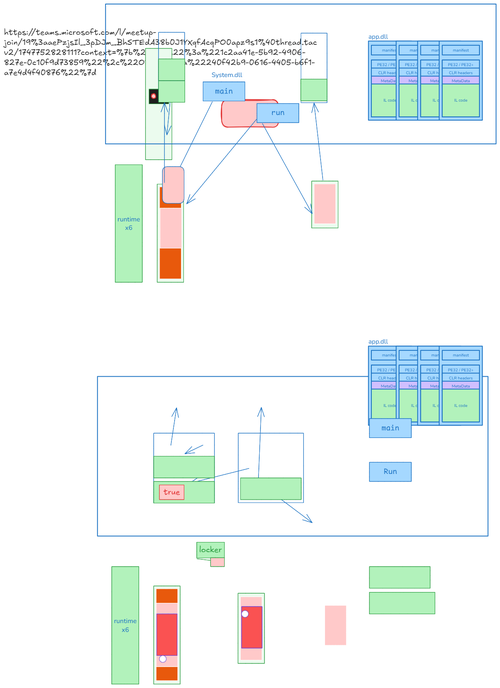
This is img/thread.excalidraw.png from silvercodes/p32_p34_sp, a Excalidraw export, as it was before one commit. Source tidied: one line per element, renumbered; positions are measured from the earlier drawing's top-left corner, leaving out a move shared by most shapes.
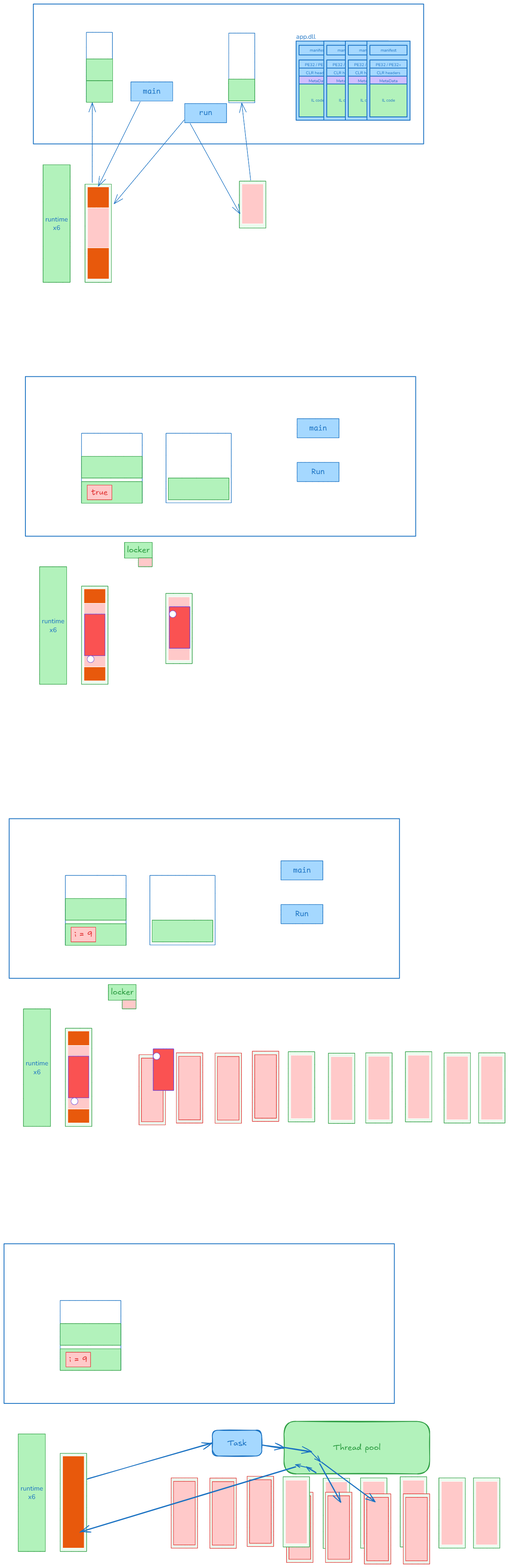
The same diagram one commit later.

Commit message:
add: thread, Task

Diff of the diagram source:
```diff
@@ -60,8 +60,8 @@
 {"id": 59, "type": "rectangle", "strokeColor": "#2f9e44", "backgroundColor": "#ebfbee", "fillStyle": "solid", "strokeWidth": 1, "roughness": 0, "x": 531, "y": 439, "width": 66, "height": 116}
 {"id": 60, "type": "rectangle", "strokeColor": "#ffffff", "backgroundColor": "#ffc9c9", "fillStyle": "solid", "strokeWidth": 1, "roughness": 0, "x": 537, "y": 446, "width": 54, "height": 99}
 {"id": 61, "type": "arrow", "strokeColor": "#1971c2", "backgroundColor": "#e8590c", "fillStyle": "solid", "strokeWidth": 1, "roughness": 0, "endArrowhead": "arrow", "from": 57, "to": 60, "x": 409, "y": 296, "width": 123, "height": 224, "points": [[0, 0], [123, 224]]}
-{"id": 62, "type": "rectangle", "strokeColor": "#ffffff", "backgroundColor": "#ffc9c9", "fillStyle": "solid", "strokeWidth": 1, "roughness": 0, "x": 155, "y": 506, "width": 54, "height": 99}
+{"id": 62, "type": "rectangle", "strokeColor": "#ffffff", "backgroundColor": "#ffc9c9", "fillStyle": "solid", "strokeWidth": 1, "roughness": 0, "x": 154, "y": 505, "width": 54, "height": 99}
-{"id": 63, "type": "arrow", "strokeColor": "#1971c2", "backgroundColor": "#a5d8ff", "fillStyle": "solid", "strokeWidth": 1, "roughness": 0, "endArrowhead": "arrow", "from": 57, "to": 62, "x": 394, "y": 286, "width": 173, "height": 210, "points": [[0, 0], [-173, 210]]}
+{"id": 63, "type": "arrow", "strokeColor": "#1971c2", "backgroundColor": "#a5d8ff", "fillStyle": "solid", "strokeWidth": 1, "roughness": 0, "endArrowhead": "arrow", "from": 57, "to": 62, "x": 394, "y": 287, "width": 174, "height": 208, "points": [[0, 0], [-174, 208]]}
 {"id": 64, "type": "rectangle", "strokeColor": "#1971c2", "strokeWidth": 1, "roughness": 0, "x": 151, "y": 70, "width": 65, "height": 172}
 {"id": 65, "type": "arrow", "strokeColor": "#1971c2", "strokeWidth": 1, "roughness": 0, "endArrowhead": "arrow", "round": true, "from": 53, "to": 64, "x": 166, "y": 443, "width": 0, "height": 199, "points": [[0, 0], [0, -199]]}
 {"id": 66, "type": "rectangle", "strokeColor": "#1971c2", "strokeWidth": 1, "roughness": 0, "x": 505, "y": 72, "width": 65, "height": 172}
@@ -95,3 +95,64 @@
 {"id": 94, "type": "rectangle", "strokeColor": "#2f9e44", "backgroundColor": "#b2f2bb", "fillStyle": "solid", "strokeWidth": 1, "roughness": 0, "x": 246, "y": 1335, "width": 69, "height": 39}
 {"id": 95, "type": "text", "text": "locker", "strokeColor": "#2f9e44", "backgroundColor": "#ffc9c9", "fillStyle": "solid", "strokeWidth": 1, "roughness": 0, "fontSize": 20, "fontFamily": 5, "textAlign": "center", "verticalAlign": "middle", "inside": 94, "x": 252, "y": 1342, "width": 56, "height": 25}
 {"id": 96, "type": "rectangle", "strokeColor": "#2f9e44", "backgroundColor": "#ffc9c9", "fillStyle": "solid", "strokeWidth": 1, "roughness": 0, "x": 280, "y": 1373, "width": 34, "height": 22}
+{"id": 97, "type": "rectangle", "strokeColor": "#1971c2", "strokeWidth": 2, "roughness": 0, "x": -40, "y": 2019, "width": 969, "height": 396}
+{"id": 98, "type": "rectangle", "strokeColor": "#2f9e44", "backgroundColor": "#b2f2bb", "fillStyle": "solid", "strokeWidth": 1, "roughness": 0, "x": -5, "y": 2491, "width": 67, "height": 291}
+{"id": 99, "type": "text", "text": "runtime\nx6", "strokeColor": "#1971c2", "backgroundColor": "#e7f5ff", "fillStyle": "solid", "strokeWidth": 2, "roughness": 0, "fontSize": 16, "fontFamily": 6, "textAlign": "center", "verticalAlign": "middle", "inside": 98, "x": 1, "y": 2615, "width": 56, "height": 43}
+{"id": 100, "type": "rectangle", "strokeColor": "#2f9e44", "backgroundColor": "#ebfbee", "fillStyle": "solid", "strokeWidth": 1, "roughness": 0, "x": 99, "y": 2539, "width": 66, "height": 243}
+{"id": 101, "type": "rectangle", "strokeColor": "#ffffff", "backgroundColor": "#e8590c", "fillStyle": "solid", "strokeWidth": 1, "roughness": 0, "x": 105, "y": 2546, "width": 54, "height": 228}
+{"id": 102, "type": "rectangle", "strokeColor": "#e03131", "backgroundColor": "#ebfbee", "fillStyle": "solid", "strokeWidth": 1, "roughness": 0, "x": 282, "y": 2604, "width": 66, "height": 174}
+{"id": 103, "type": "rectangle", "strokeColor": "#1971c2", "strokeWidth": 1, "roughness": 0, "x": 99, "y": 2160, "width": 151, "height": 172}
+{"id": 104, "type": "rectangle", "strokeColor": "#2f9e44", "backgroundColor": "#b2f2bb", "fillStyle": "solid", "strokeWidth": 1, "roughness": 0, "x": 99, "y": 2280, "width": 151, "height": 54}
+{"id": 105, "type": "rectangle", "strokeColor": "#e03131", "backgroundColor": "#ffc9c9", "fillStyle": "solid", "strokeWidth": 1, "roughness": 0, "x": 288, "y": 2613, "width": 54, "height": 157}
+{"id": 106, "type": "rectangle", "strokeColor": "#e03131", "backgroundColor": "#ffc9c9", "fillStyle": "solid", "strokeWidth": 1, "roughness": 0, "x": 113, "y": 2289, "width": 61, "height": 36}
+{"id": 107, "type": "text", "text": "i = 9", "strokeColor": "#e03131", "backgroundColor": "#b2f2bb", "fillStyle": "solid", "strokeWidth": 1, "roughness": 0, "fontSize": 20, "fontFamily": 5, "textAlign": "center", "verticalAlign": "middle", "inside": 106, "x": 122, "y": 2294, "width": 44, "height": 25}
+{"id": 108, "type": "rectangle", "strokeColor": "#2f9e44", "backgroundColor": "#b2f2bb", "fillStyle": "solid", "strokeWidth": 1, "roughness": 0, "x": 99, "y": 2217, "width": 151, "height": 54}
+{"id": 109, "type": "rectangle", "strokeColor": "#e03131", "backgroundColor": "#ebfbee", "fillStyle": "solid", "strokeWidth": 1, "roughness": 0, "x": 375, "y": 2600, "width": 66, "height": 174}
+{"id": 110, "type": "rectangle", "strokeColor": "#e03131", "backgroundColor": "#ffc9c9", "fillStyle": "solid", "strokeWidth": 1, "roughness": 0, "x": 380, "y": 2609, "width": 54, "height": 157}
+{"id": 111, "type": "rectangle", "strokeColor": "#e03131", "backgroundColor": "#ebfbee", "fillStyle": "solid", "strokeWidth": 1, "roughness": 0, "x": 471, "y": 2600, "width": 66, "height": 174}
+{"id": 112, "type": "rectangle", "strokeColor": "#e03131", "backgroundColor": "#ffc9c9", "fillStyle": "solid", "strokeWidth": 1, "roughness": 0, "x": 477, "y": 2609, "width": 54, "height": 157}
+{"id": 113, "type": "rectangle", "strokeColor": "#e03131", "backgroundColor": "#ebfbee", "fillStyle": "solid", "strokeWidth": 1, "roughness": 0, "x": 563, "y": 2596, "width": 66, "height": 174}
+{"id": 114, "type": "rectangle", "strokeColor": "#e03131", "backgroundColor": "#ffc9c9", "fillStyle": "solid", "strokeWidth": 1, "roughness": 0, "x": 569, "y": 2605, "width": 54, "height": 157}
+{"id": 115, "type": "rectangle", "strokeColor": "#2f9e44", "backgroundColor": "#ebfbee", "fillStyle": "solid", "strokeWidth": 1, "roughness": 0, "x": 652, "y": 2597, "width": 66, "height": 174}
+{"id": 116, "type": "rectangle", "strokeColor": "#ffffff", "backgroundColor": "#ffc9c9", "fillStyle": "solid", "strokeWidth": 1, "roughness": 0, "x": 658, "y": 2606, "width": 54, "height": 157}
+{"id": 117, "type": "rectangle", "strokeColor": "#2f9e44", "backgroundColor": "#ebfbee", "fillStyle": "solid", "strokeWidth": 1, "roughness": 0, "x": 752, "y": 2601, "width": 66, "height": 174}
+{"id": 118, "type": "rectangle", "strokeColor": "#ffffff", "backgroundColor": "#ffc9c9", "fillStyle": "solid", "strokeWidth": 1, "roughness": 0, "x": 758, "y": 2609, "width": 54, "height": 157}
+{"id": 119, "type": "rectangle", "strokeColor": "#2f9e44", "backgroundColor": "#ebfbee", "fillStyle": "solid", "strokeWidth": 1, "roughness": 0, "x": 845, "y": 2600, "width": 66, "height": 174}
+{"id": 120, "type": "rectangle", "strokeColor": "#ffffff", "backgroundColor": "#ffc9c9", "fillStyle": "solid", "strokeWidth": 1, "roughness": 0, "x": 850, "y": 2609, "width": 54, "height": 157}
+{"id": 121, "type": "rectangle", "strokeColor": "#2f9e44", "backgroundColor": "#ebfbee", "fillStyle": "solid", "strokeWidth": 1, "roughness": 0, "x": 943, "y": 2597, "width": 66, "height": 174}
+{"id": 122, "type": "rectangle", "strokeColor": "#ffffff", "backgroundColor": "#ffc9c9", "fillStyle": "solid", "strokeWidth": 1, "roughness": 0, "x": 949, "y": 2606, "width": 54, "height": 157}
+{"id": 123, "type": "rectangle", "strokeColor": "#2f9e44", "backgroundColor": "#ebfbee", "fillStyle": "solid", "strokeWidth": 1, "roughness": 0, "x": 1039, "y": 2600, "width": 66, "height": 174}
+{"id": 124, "type": "rectangle", "strokeColor": "#ffffff", "backgroundColor": "#ffc9c9", "fillStyle": "solid", "strokeWidth": 1, "roughness": 0, "x": 1045, "y": 2609, "width": 54, "height": 157}
+{"id": 125, "type": "rectangle", "strokeColor": "#2f9e44", "backgroundColor": "#ebfbee", "fillStyle": "solid", "strokeWidth": 1, "roughness": 0, "x": 1125, "y": 2600, "width": 66, "height": 174}
+{"id": 126, "type": "rectangle", "strokeColor": "#ffffff", "backgroundColor": "#ffc9c9", "fillStyle": "solid", "strokeWidth": 1, "roughness": 0, "x": 1130, "y": 2609, "width": 54, "height": 157}
+{"id": 127, "type": "rectangle", "strokeColor": "#1971c2", "strokeWidth": 2, "roughness": 0, "x": -53, "y": 3073, "width": 969, "height": 396}
+{"id": 128, "type": "rectangle", "strokeColor": "#2f9e44", "backgroundColor": "#b2f2bb", "fillStyle": "solid", "strokeWidth": 1, "roughness": 0, "x": -18, "y": 3545, "width": 67, "height": 291}
+{"id": 129, "type": "text", "text": "runtime\nx6", "strokeColor": "#1971c2", "backgroundColor": "#e7f5ff", "fillStyle": "solid", "strokeWidth": 2, "roughness": 0, "fontSize": 16, "fontFamily": 6, "textAlign": "center", "verticalAlign": "middle", "inside": 128, "x": -12, "y": 3669, "width": 56, "height": 43}
+{"id": 130, "type": "rectangle", "strokeColor": "#2f9e44", "backgroundColor": "#ebfbee", "fillStyle": "solid", "strokeWidth": 1, "roughness": 0, "x": 86, "y": 3593, "width": 66, "height": 243}
+{"id": 131, "type": "rectangle", "strokeColor": "#ffffff", "backgroundColor": "#e8590c", "fillStyle": "solid", "strokeWidth": 1, "roughness": 0, "x": 92, "y": 3600, "width": 54, "height": 228}
+{"id": 132, "type": "rectangle", "strokeColor": "#1971c2", "strokeWidth": 1, "roughness": 0, "x": 86, "y": 3214, "width": 151, "height": 172}
+{"id": 133, "type": "rectangle", "strokeColor": "#2f9e44", "backgroundColor": "#b2f2bb", "fillStyle": "solid", "strokeWidth": 1, "roughness": 0, "x": 86, "y": 3334, "width": 151, "height": 54}
+{"id": 134, "type": "rectangle", "strokeColor": "#e03131", "backgroundColor": "#ebfbee", "fillStyle": "solid", "strokeWidth": 1, "roughness": 0, "x": 648, "y": 3689, "width": 66, "height": 174}
+{"id": 135, "type": "rectangle", "strokeColor": "#e03131", "backgroundColor": "#ffc9c9", "fillStyle": "solid", "strokeWidth": 1, "roughness": 0, "x": 654, "y": 3698, "width": 54, "height": 157}
+{"id": 136, "type": "rectangle", "strokeColor": "#e03131", "backgroundColor": "#ffc9c9", "fillStyle": "solid", "strokeWidth": 1, "roughness": 0, "x": 101, "y": 3342, "width": 61, "height": 36}
+{"id": 137, "type": "text", "text": "i = 9", "strokeColor": "#e03131", "backgroundColor": "#b2f2bb", "fillStyle": "solid", "strokeWidth": 1, "roughness": 0, "fontSize": 20, "fontFamily": 5, "textAlign": "center", "verticalAlign": "middle", "inside": 136, "x": 109, "y": 3348, "width": 44, "height": 25}
+{"id": 138, "type": "rectangle", "strokeColor": "#2f9e44", "backgroundColor": "#b2f2bb", "fillStyle": "solid", "strokeWidth": 1, "roughness": 0, "x": 86, "y": 3271, "width": 151, "height": 54}
+{"id": 139, "type": "rectangle", "strokeColor": "#e03131", "backgroundColor": "#ebfbee", "fillStyle": "solid", "strokeWidth": 1, "roughness": 0, "x": 745, "y": 3689, "width": 66, "height": 174}
+{"id": 140, "type": "rectangle", "strokeColor": "#e03131", "backgroundColor": "#ffc9c9", "fillStyle": "solid", "strokeWidth": 1, "roughness": 0, "x": 750, "y": 3698, "width": 54, "height": 157}
+{"id": 141, "type": "rectangle", "strokeColor": "#e03131", "backgroundColor": "#ebfbee", "fillStyle": "solid", "strokeWidth": 1, "roughness": 0, "x": 841, "y": 3693, "width": 66, "height": 174}
+{"id": 142, "type": "rectangle", "strokeColor": "#e03131", "backgroundColor": "#ffc9c9", "fillStyle": "solid", "strokeWidth": 1, "roughness": 0, "x": 847, "y": 3702, "width": 54, "height": 157}
+{"id": 143, "type": "rectangle", "strokeColor": "#e03131", "backgroundColor": "#ebfbee", "fillStyle": "solid", "strokeWidth": 1, "roughness": 0, "x": 938, "y": 3693, "width": 66, "height": 174}
+{"id": 144, "type": "rectangle", "strokeColor": "#e03131", "backgroundColor": "#ffc9c9", "fillStyle": "solid", "strokeWidth": 1, "roughness": 0, "x": 944, "y": 3702, "width": 54, "height": 157}
+{"id": 145, "type": "rectangle", "strokeColor": "#2f9e44", "backgroundColor": "#b2f2bb", "fillStyle": "solid", "strokeWidth": 2, "roughness": 1, "round": true, "x": 642, "y": 3514, "width": 362, "height": 130}
+{"id": 146, "type": "text", "text": "Thread pool", "strokeColor": "#2f9e44", "backgroundColor": "#b2f2bb", "fillStyle": "solid", "strokeWidth": 2, "roughness": 1, "fontSize": 20, "fontFamily": 5, "textAlign": "center", "verticalAlign": "middle", "inside": 145, "x": 764, "y": 3566, "width": 118, "height": 25}
+{"id": 147, "type": "rectangle", "strokeColor": "#1971c2", "backgroundColor": "#a5d8ff", "fillStyle": "solid", "strokeWidth": 2, "roughness": 1, "round": true, "x": 464, "y": 3536, "width": 123, "height": 64}
+{"id": 148, "type": "text", "text": "Task", "strokeColor": "#1971c2", "backgroundColor": "#a5d8ff", "fillStyle": "solid", "strokeWidth": 2, "roughness": 1, "fontSize": 20, "fontFamily": 5, "textAlign": "center", "verticalAlign": "middle", "inside": 147, "x": 501, "y": 3555, "width": 48, "height": 25}
+{"id": 149, "type": "arrow", "strokeColor": "#1971c2", "backgroundColor": "#a5d8ff", "fillStyle": "solid", "strokeWidth": 2, "roughness": 1, "endArrowhead": "arrow", "round": true, "from": 147, "to": 145, "x": 588, "y": 3571, "width": 53, "height": 9, "points": [[0, 0], [53, 9]]}
+{"id": 150, "type": "arrow", "strokeColor": "#1971c2", "backgroundColor": "#a5d8ff", "fillStyle": "solid", "strokeWidth": 2, "roughness": 1, "endArrowhead": "arrow", "round": true, "from": 145, "x": 644, "y": 3579, "width": 67, "height": 10, "points": [[0, 0], [67, 10]]}
+{"id": 151, "type": "arrow", "strokeColor": "#1971c2", "backgroundColor": "#a5d8ff", "fillStyle": "solid", "strokeWidth": 2, "roughness": 1, "endArrowhead": "arrow", "round": true, "from": 145, "x": 711, "y": 3592, "width": 21, "height": 22, "points": [[0, 0], [21, 22]]}
+{"id": 152, "type": "arrow", "strokeColor": "#1971c2", "backgroundColor": "#a5d8ff", "fillStyle": "solid", "strokeWidth": 2, "roughness": 1, "endArrowhead": "arrow", "round": true, "from": 145, "to": 140, "x": 732, "y": 3619, "width": 51, "height": 94, "points": [[0, 0], [51, 94]]}
+{"id": 153, "type": "arrow", "strokeColor": "#1971c2", "backgroundColor": "#a5d8ff", "fillStyle": "solid", "strokeWidth": 2, "roughness": 1, "endArrowhead": "arrow", "round": true, "from": 145, "to": 142, "x": 734, "y": 3616, "width": 132, "height": 97, "points": [[0, 0], [132, 97]]}
+{"id": 154, "type": "arrow", "strokeColor": "#1971c2", "backgroundColor": "#a5d8ff", "fillStyle": "solid", "strokeWidth": 2, "roughness": 1, "endArrowhead": "arrow", "round": true, "from": 131, "to": 147, "x": 154, "y": 3657, "width": 308, "height": 91, "points": [[0, 0], [308, -91]]}
+{"id": 155, "type": "arrow", "strokeColor": "#1971c2", "backgroundColor": "#a5d8ff", "fillStyle": "solid", "strokeWidth": 2, "roughness": 1, "endArrowhead": "arrow", "round": true, "from": 145, "x": 721, "y": 3641, "width": 23, "height": 14, "points": [[0, 0], [-23, -14]]}
+{"id": 156, "type": "arrow", "strokeColor": "#1971c2", "backgroundColor": "#a5d8ff", "fillStyle": "solid", "strokeWidth": 2, "roughness": 1, "endArrowhead": "arrow", "round": true, "from": 145, "x": 695, "y": 3627, "width": 24, "height": 5, "points": [[0, 0], [-24, -5]]}
+{"id": 157, "type": "arrow", "strokeColor": "#1971c2", "backgroundColor": "#a5d8ff", "fillStyle": "solid", "strokeWidth": 2, "roughness": 1, "endArrowhead": "arrow", "round": true, "from": 145, "to": 131, "x": 671, "y": 3626, "width": 535, "height": 162, "points": [[0, 0], [-535, 162]]}
```
